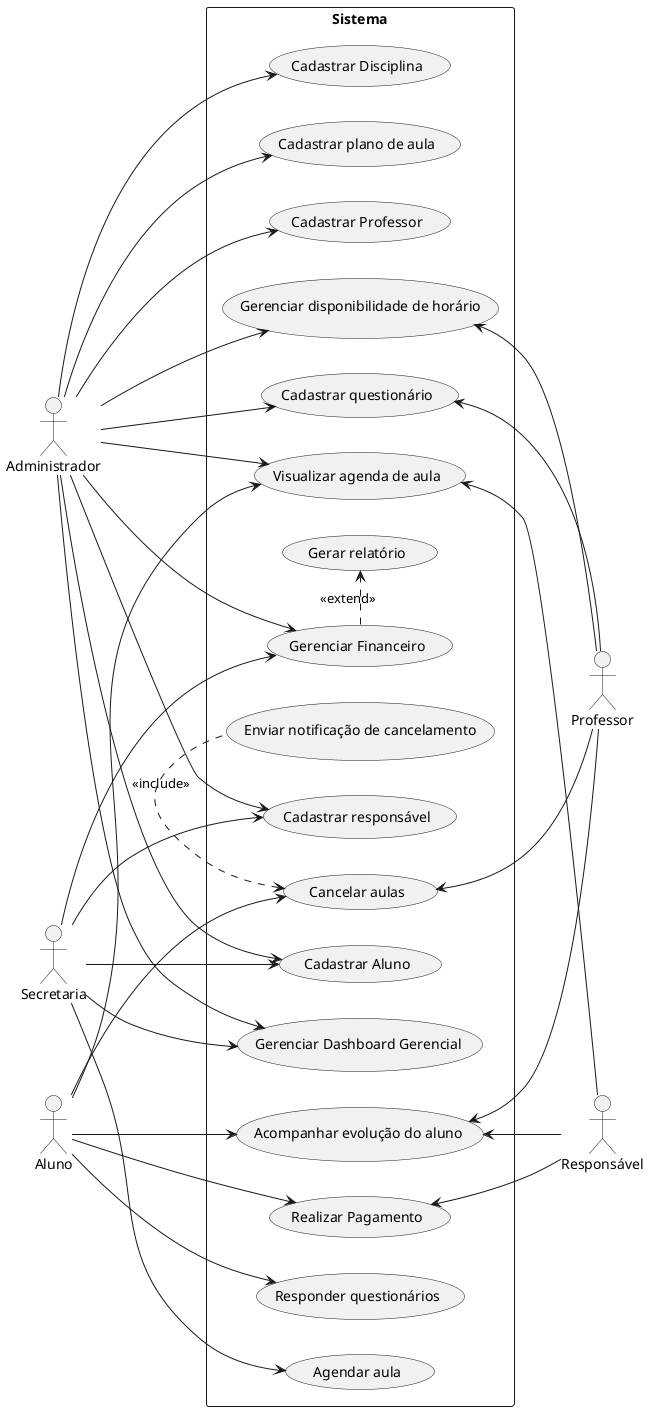
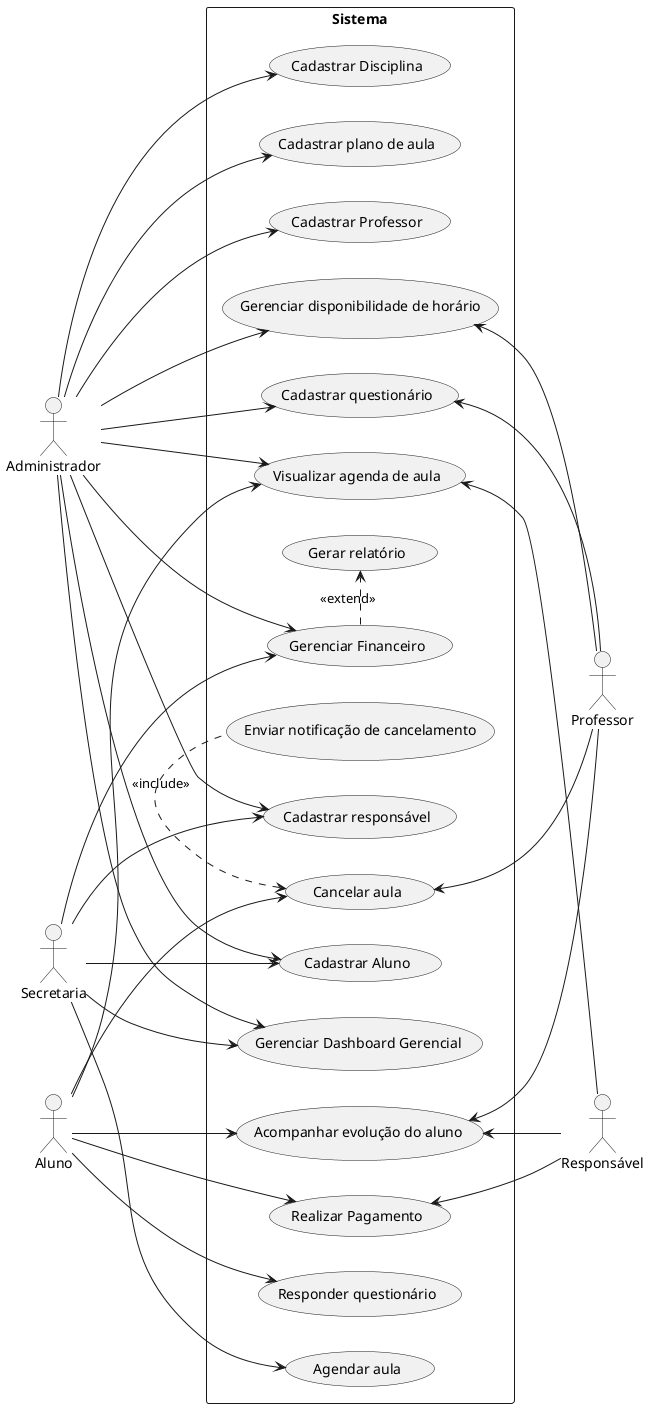
@startuml usecases
left to right direction

' --- ATORES ---
' Atores do lado esquerdo
actor "Administrador" as Admin
actor "Professor" as Professor

' Ator Superior e Inferior
actor "Aluno" as Aluno
actor "Responsável" as Responsavel

' Ator do lado direito
actor "Secretaria" as Secretaria

' --- LIMITE DO SISTEMA ---
rectangle "Sistema" {

    ' Casos de Uso - Coluna Esquerda
    usecase "Realizar Pagamento" as UC1
    usecase "Acompanhar evolução do aluno" as UC2
    usecase "Agendar aula" as UC3
    usecase "Visualizar agenda de aula" as UC4
    usecase "Cadastrar Disciplina" as UC5
    usecase "Cadastrar plano de aula" as UC6

    ' Casos de Uso - Coluna Centro/Direita
    usecase "Cadastrar responsável" as UC7
    usecase "Cadastrar Aluno" as UC8
    usecase "Cadastrar Professor" as UC9
    usecase "Gerenciar Financeiro" as UC10
    usecase "Gerenciar Dashboard Gerencial" as UC11
-     usecase "Responder questionários" as UC12
+     usecase "Responder questionário" as UC12
    usecase "Gerenciar disponibilidade de horário" as UC13
    usecase "Cadastrar questionário" as UC14
-     usecase "Cancelar aulas" as UC15
+     usecase "Cancelar aula" as UC15

    ' Casos de uso avulsos que recebem setas tracejadas (includes/extends)
    usecase "Enviar notificação de cancelamento" as UCAuxA
    usecase "Gerar relatório" as UCAuxB

}

' --- RELACIONAMENTOS (ASSOCIAÇÕES) ---
' Nota: As linhas abaixo simulam os traços principais vistos na imagem.
' Ajuste conforme a necessidade real do seu diagrama.

Responsavel --> UC1
UC2 <-- Responsavel
UC4 <-- Responsavel

Aluno --> UC1
Aluno --> UC2
Aluno --> UC4
Aluno --> UC12
Aluno --> UC15

UC2  <-- Professor
UC13 <-- Professor
UC14 <-- Professor
UC15 <-- Professor

Secretaria --> UC3
Secretaria --> UC7
Secretaria --> UC8
Secretaria --> UC10
Secretaria --> UC11

Admin --> UC4
Admin --> UC5
Admin --> UC6
Admin --> UC7
Admin --> UC8
Admin --> UC9
Admin --> UC10
Admin --> UC11
Admin --> UC13
Admin --> UC14

' --- RELACIONAMENTOS ESPECIAIS (INCLUDE / EXTEND) ---
' Representam as setas tracejadas com << ... >> na sua imagem
UC15 <. UCAuxA : <<include>>
UC10 .> UCAuxB : <<extend>>

' --- GENERALIZAÇÃO DE ATORES (Se houver) ---
' Há setas com triângulos vazios na imagem que parecem ligar atores,
' ou atores a casos de uso. Caso um ator herde de outro, use a sintaxe abaixo:
' AtorEsq2 --|> AtorEsq1

@enduml